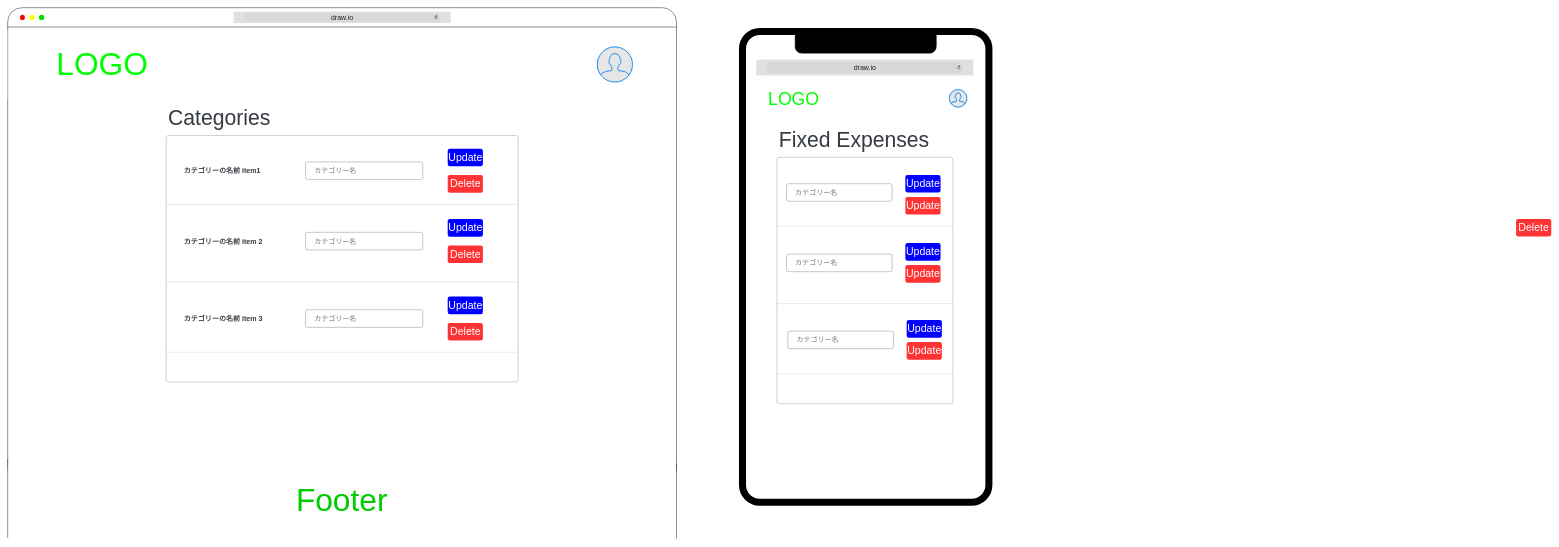
Before: app/assets/document/Screen/config/Category_Edit.dio in matthewkendrick/hoWseed, a draw.io diagram. Source tidied: cells renumbered, new cells numbered last; positions are measured from the earlier drawing's top-left corner, leaving out a move shared by most shapes. Both pictures are drawn from the tidied source at 44%, with x=0, y=0 at pixel (7, 7).
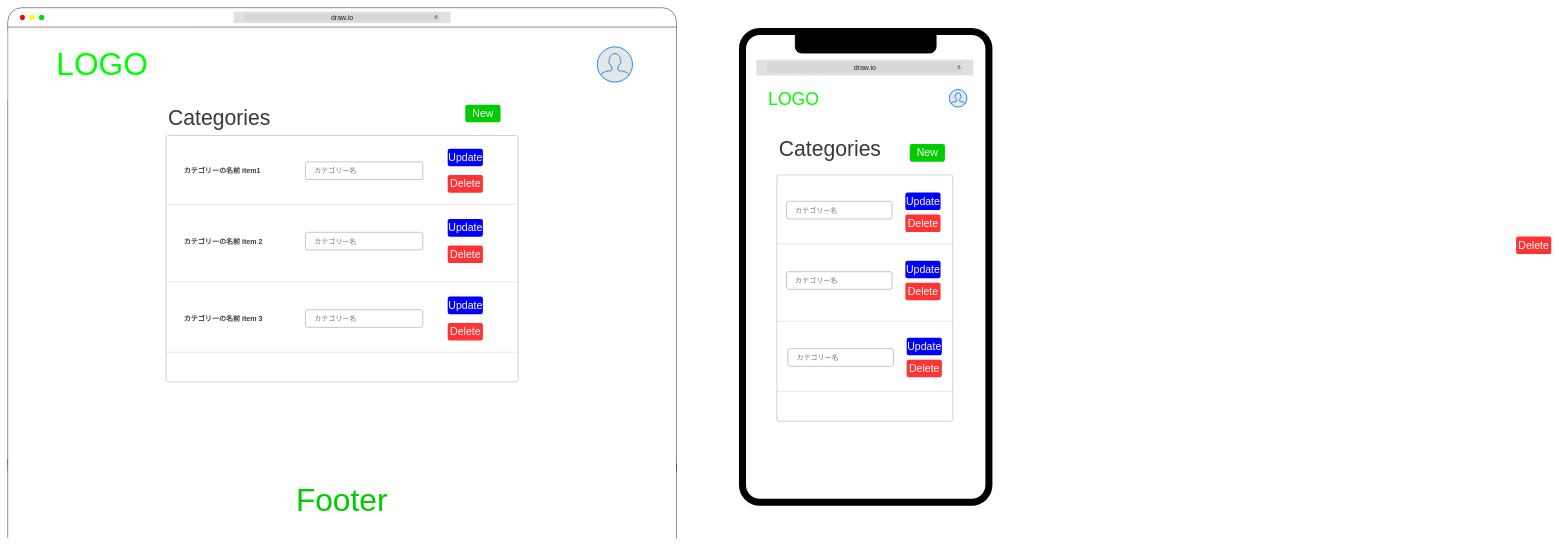
The same page after the edit.

Unchanged cells that the change refers to:
```xml
<mxCell id="20" style="html=1;shadow=0;dashed=0;shape=mxgraph.bootstrap.rrect;rSize=5;fillColor=#FFFFFF;strokeColor=#999999;labelBackgroundColor=none;fontSize=16;fontColor=#000000;" parent="1" vertex="1">
  <mxGeometry x="360" y="290.5" width="800" height="560" as="geometry" />
</mxCell>
```

What changed in the source:
```diff
@@
-    <mxCell id="19" value="Fixed Expenses" style="html=1;shadow=0;dashed=0;shape=mxgraph.bootstrap.rrect;rSize=5;strokeColor=none;strokeWidth=1;fillColor=none;fontColor=#343A40;whiteSpace=wrap;align=left;verticalAlign=middle;spacingLeft=0;fontStyle=0;fontSize=48;spacing=5;" parent="1" vertex="1">
-      <mxGeometry x="1748.1" y="260" width="400" height="80" as="geometry" />
+    <mxCell id="19" value="Categories" style="html=1;shadow=0;dashed=0;shape=mxgraph.bootstrap.rrect;rSize=5;strokeColor=none;strokeWidth=1;fillColor=none;fontColor=#343A40;whiteSpace=wrap;align=left;verticalAlign=middle;spacingLeft=0;fontStyle=0;fontSize=48;spacing=5;" parent="1" vertex="1">
+      <mxGeometry x="1748.1" y="260" width="400" height="120" as="geometry" />
     </mxCell>
@@
+    <mxCell id="51" value="&lt;font style=&quot;font-size: 24px&quot;&gt;New&lt;/font&gt;" style="html=1;shadow=0;dashed=0;shape=mxgraph.bootstrap.rrect;rSize=5;fillColor=#00CC00;strokeColor=none;align=center;fontSize=24;fontColor=#FFFFFF;labelBackgroundColor=none;" parent="20" vertex="1">
+      <mxGeometry width="80" height="40" relative="1" as="geometry">
+        <mxPoint x="680" y="-70" as="offset" />
+      </mxGeometry>
+    </mxCell>
@@
     <mxCell id="37" style="html=1;shadow=0;dashed=0;shape=mxgraph.bootstrap.rrect;rSize=5;fillColor=#FFFFFF;strokeColor=#999999;labelBackgroundColor=none;fontSize=16;fontColor=#000000;" parent="1" vertex="1">
-      <mxGeometry x="1748.1" y="340" width="400" height="560" as="geometry" />
+      <mxGeometry x="1748.1" y="380" width="400" height="560" as="geometry" />
     </mxCell>
@@
-    <mxCell id="45" value="&lt;font style=&quot;font-size: 24px&quot;&gt;Update&lt;/font&gt;" style="html=1;shadow=0;dashed=0;shape=mxgraph.bootstrap.rrect;rSize=5;fillColor=#FF3333;strokeColor=none;align=center;fontSize=24;fontColor=#FFFFFF;labelBackgroundColor=none;" parent="37" vertex="1">
+    <mxCell id="45" value="&lt;font style=&quot;font-size: 24px&quot;&gt;Delete&lt;/font&gt;" style="html=1;shadow=0;dashed=0;shape=mxgraph.bootstrap.rrect;rSize=5;fillColor=#FF3333;strokeColor=none;align=center;fontSize=24;fontColor=#FFFFFF;labelBackgroundColor=none;" parent="37" vertex="1">
       <mxGeometry width="80" height="40" relative="1" as="geometry">
         <mxPoint x="292" y="90" as="offset" />
       </mxGeometry>
     </mxCell>
-    <mxCell id="46" value="&lt;font style=&quot;font-size: 24px&quot;&gt;Update&lt;/font&gt;" style="html=1;shadow=0;dashed=0;shape=mxgraph.bootstrap.rrect;rSize=5;fillColor=#FF3333;strokeColor=none;align=center;fontSize=24;fontColor=#FFFFFF;labelBackgroundColor=none;" parent="37" vertex="1">
+    <mxCell id="46" value="&lt;font style=&quot;font-size: 24px&quot;&gt;Delete&lt;/font&gt;" style="html=1;shadow=0;dashed=0;shape=mxgraph.bootstrap.rrect;rSize=5;fillColor=#FF3333;strokeColor=none;align=center;fontSize=24;fontColor=#FFFFFF;labelBackgroundColor=none;" parent="37" vertex="1">
       <mxGeometry width="80" height="40" relative="1" as="geometry">
         <mxPoint x="292" y="245" as="offset" />
       </mxGeometry>
     </mxCell>
@@
-    <mxCell id="50" value="&lt;font style=&quot;font-size: 24px&quot;&gt;Update&lt;/font&gt;" style="html=1;shadow=0;dashed=0;shape=mxgraph.bootstrap.rrect;rSize=5;fillColor=#FF3333;strokeColor=none;align=center;fontSize=24;fontColor=#FFFFFF;labelBackgroundColor=none;" parent="37" vertex="1">
+    <mxCell id="50" value="&lt;font style=&quot;font-size: 24px&quot;&gt;Delete&lt;/font&gt;" style="html=1;shadow=0;dashed=0;shape=mxgraph.bootstrap.rrect;rSize=5;fillColor=#FF3333;strokeColor=none;align=center;fontSize=24;fontColor=#FFFFFF;labelBackgroundColor=none;" parent="37" vertex="1">
       <mxGeometry width="80" height="40" relative="1" as="geometry">
         <mxPoint x="295" y="420" as="offset" />
       </mxGeometry>
     </mxCell>
+    <mxCell id="52" value="&lt;font style=&quot;font-size: 24px&quot;&gt;New&lt;br&gt;&lt;/font&gt;" style="html=1;shadow=0;dashed=0;shape=mxgraph.bootstrap.rrect;rSize=5;fillColor=#00CC00;strokeColor=none;align=center;fontSize=24;fontColor=#FFFFFF;labelBackgroundColor=none;" parent="37" vertex="1">
+      <mxGeometry width="80" height="40" relative="1" as="geometry">
+        <mxPoint x="302" y="-70" as="offset" />
+      </mxGeometry>
+    </mxCell>
```
